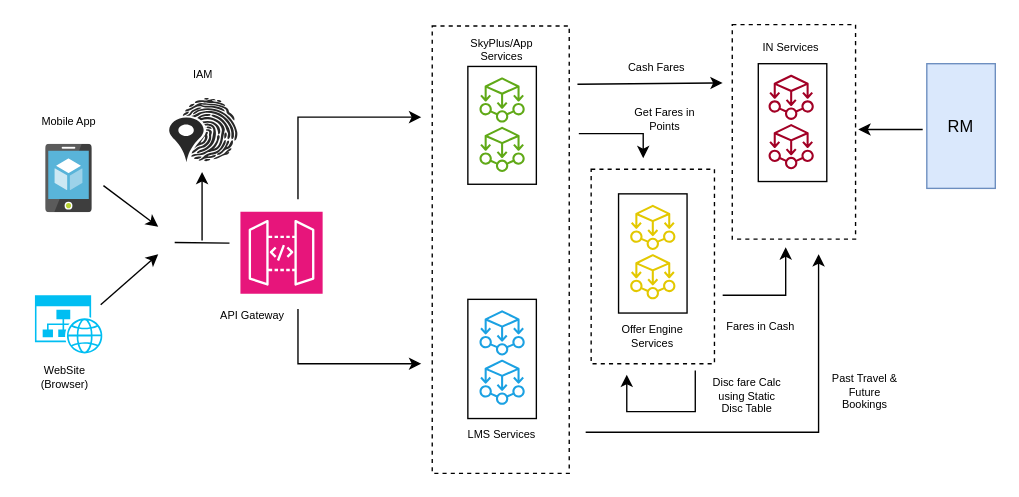
Earlier version of the draw.io diagram Copy2 of LM.drawio (nchauhan4/drawings). Source tidied: cells renumbered, new cells numbered last; positions are measured from the earlier drawing's top-left corner, leaving out a move shared by most shapes. Both pictures are drawn from the tidied source at 137%, with x=0, y=0 at pixel (23, 25).
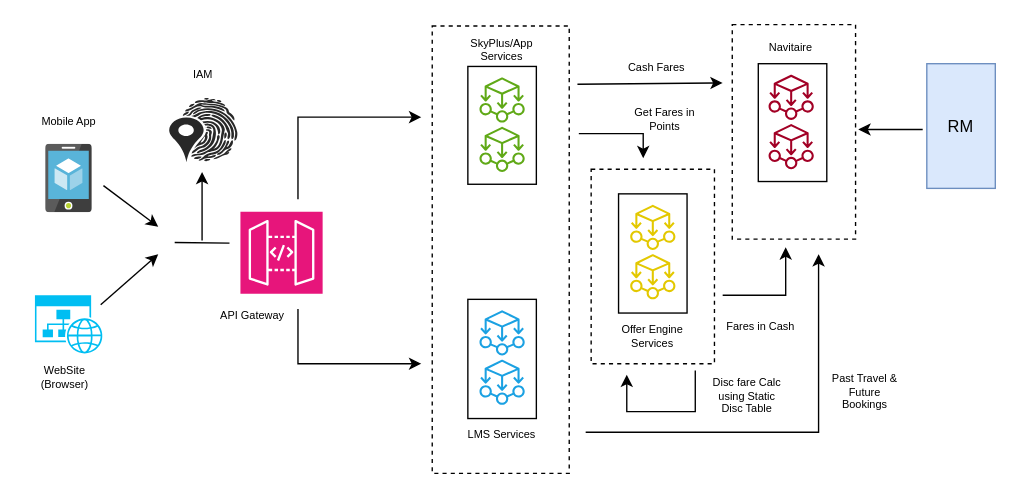
After the change.

Change to the diagram source:
```diff
@@
-    <mxCell id="19" value="IN Services" style="text;html=1;strokeColor=none;fillColor=none;align=center;verticalAlign=middle;whiteSpace=wrap;rounded=0;fontSize=8;" parent="1" vertex="1">
+    <mxCell id="19" value="Navitaire" style="text;html=1;strokeColor=none;fillColor=none;align=center;verticalAlign=middle;whiteSpace=wrap;rounded=0;fontSize=8;" parent="1" vertex="1">
       <mxGeometry x="530" y="1" width="60" height="30" as="geometry" />
     </mxCell>
```
